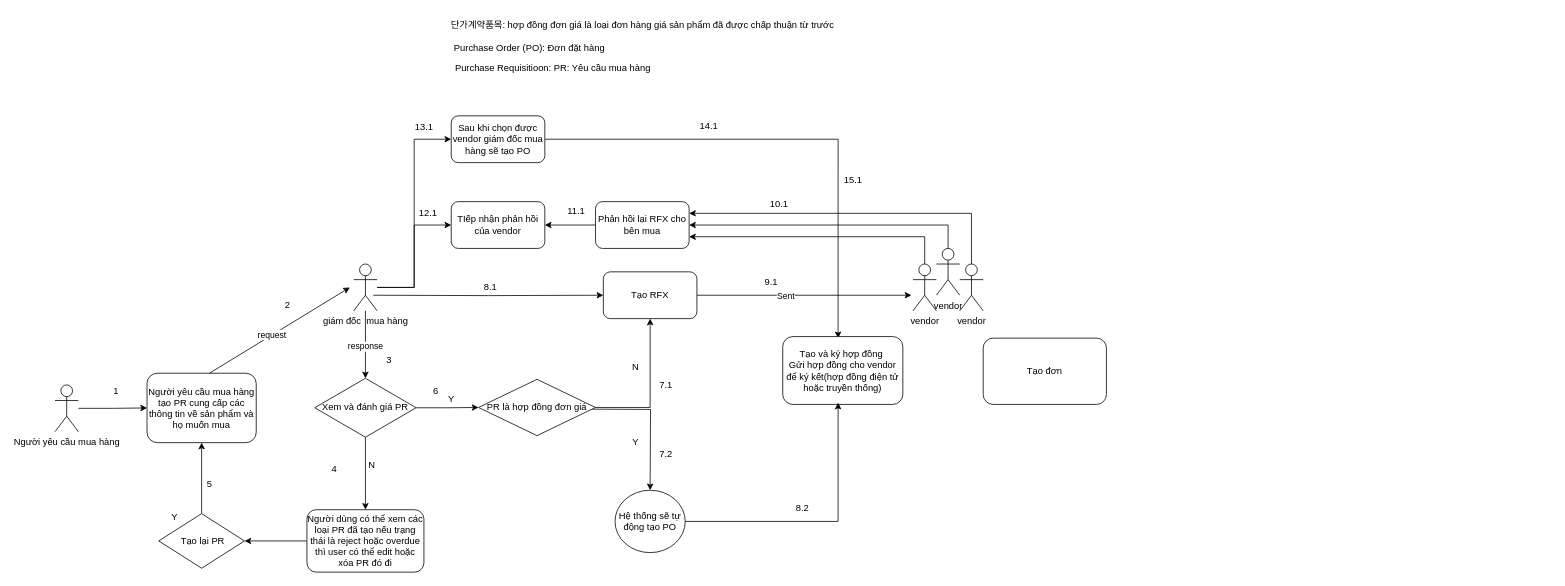
anhhe/hotel_manage keeps this draw.io diagram as Untitled Diagram.drawio. Above is the earlier version. Source tidied: cells renumbered, new cells numbered last; positions are measured from the earlier drawing's top-left corner, leaving out a move shared by most shapes. Both pictures are drawn from the tidied source at 78%, with x=0, y=0 at pixel (55, 13).
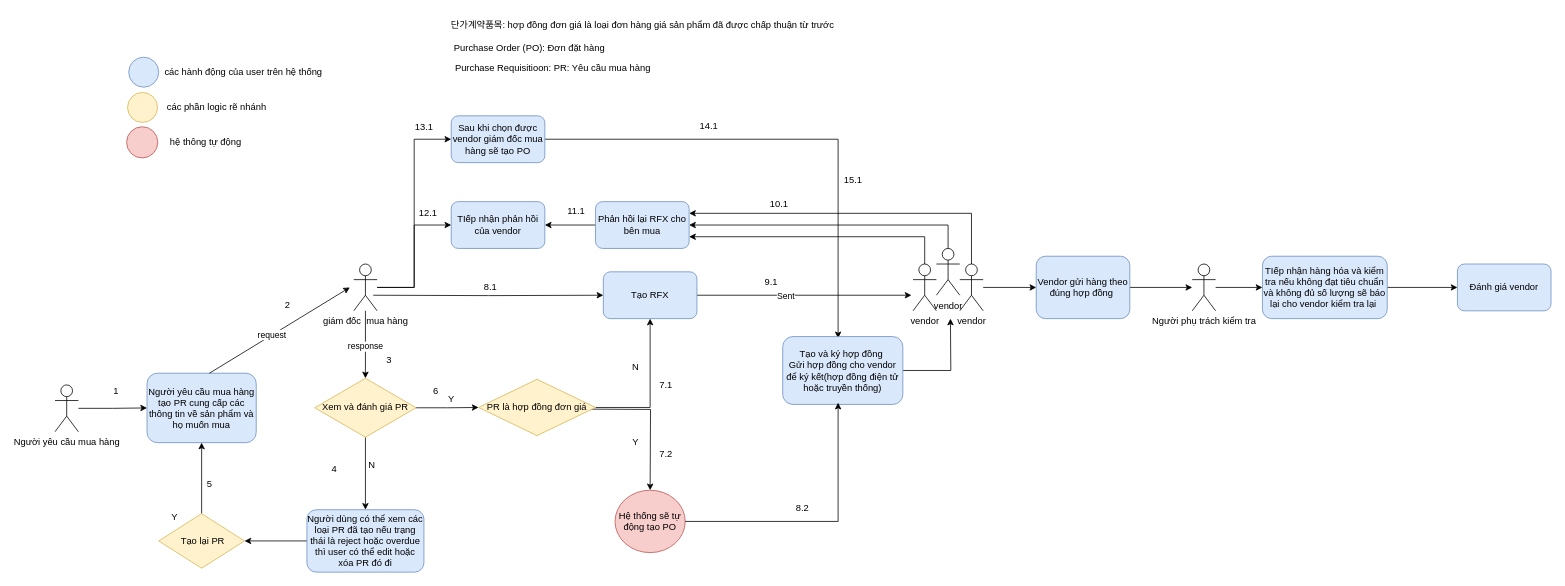
Above is the later version.

The change refers to these unchanged cells:
```xml
<mxCell id="38" value="vendor" style="shape=umlActor;verticalLabelPosition=bottom;verticalAlign=top;html=1;outlineConnect=0;" parent="1" vertex="1">
  <mxGeometry x="1160" y="321" width="30" height="60" as="geometry" />
</mxCell>
```

Change to the diagram source:
```diff
@@
-    <mxCell id="4" value="Người yêu cầu mua hàng tạo PR cung cấp các thông tin về sản phẩm và họ muốn mua" style="rounded=1;whiteSpace=wrap;html=1;" parent="1" vertex="1">
+    <mxCell id="4" value="Người yêu cầu mua hàng tạo PR cung cấp các thông tin về sản phẩm và họ muốn mua" style="rounded=1;whiteSpace=wrap;html=1;fillColor=#dae8fc;strokeColor=#6c8ebf;" parent="1" vertex="1">
       <mxGeometry x="118" y="461" width="140" height="89" as="geometry" />
     </mxCell>
@@
-    <mxCell id="15" value="Xem và đánh giá PR" style="rhombus;whiteSpace=wrap;html=1;" parent="1" vertex="1">
+    <mxCell id="15" value="Xem và đánh giá PR" style="rhombus;whiteSpace=wrap;html=1;fillColor=#fff2cc;strokeColor=#d6b656;" parent="1" vertex="1">
       <mxGeometry x="333" y="467.5" width="130" height="75.5" as="geometry" />
     </mxCell>
@@
-    <mxCell id="20" value="PR là hợp đồng đơn giá" style="rhombus;whiteSpace=wrap;html=1;" parent="1" vertex="1">
+    <mxCell id="20" value="PR là hợp đồng đơn giá" style="rhombus;whiteSpace=wrap;html=1;fillColor=#fff2cc;strokeColor=#d6b656;" parent="1" vertex="1">
       <mxGeometry x="543" y="468.8" width="150" height="72.2" as="geometry" />
     </mxCell>
@@
-    <mxCell id="24" value="Người dùng có thể xem các loại PR đã tạo nếu trạng thái là reject hoặc overdue thì user có thể edit hoặc xóa PR đó đi" style="rounded=1;whiteSpace=wrap;html=1;" parent="1" vertex="1">
+    <mxCell id="24" value="Người dùng có thể xem các loại PR đã tạo nếu trạng thái là reject hoặc overdue thì user có thể edit hoặc xóa PR đó đi" style="rounded=1;whiteSpace=wrap;html=1;fillColor=#dae8fc;strokeColor=#6c8ebf;" parent="1" vertex="1">
       <mxGeometry x="323" y="636" width="150" height="80" as="geometry" />
     </mxCell>
@@
-    <mxCell id="26" value="&amp;nbsp;Tạo lại PR" style="rhombus;whiteSpace=wrap;html=1;" parent="1" vertex="1">
+    <mxCell id="26" value="&amp;nbsp;Tạo lại PR" style="rhombus;whiteSpace=wrap;html=1;fillColor=#fff2cc;strokeColor=#d6b656;" parent="1" vertex="1">
       <mxGeometry x="133" y="641" width="110" height="70" as="geometry" />
     </mxCell>
@@
-    <mxCell id="29" value="Hệ thống sẽ tự động tạo PO" style="ellipse;whiteSpace=wrap;html=1;" parent="1" vertex="1">
+    <mxCell id="29" value="Hệ thống sẽ tự động tạo PO" style="ellipse;whiteSpace=wrap;html=1;fillColor=#f8cecc;strokeColor=#b85450;" parent="1" vertex="1">
       <mxGeometry x="718" y="611" width="90" height="80" as="geometry" />
     </mxCell>
@@
-    <mxCell id="34" value="Tạo RFX" style="rounded=1;whiteSpace=wrap;html=1;" parent="1" vertex="1">
+    <mxCell id="34" value="Tạo RFX" style="rounded=1;whiteSpace=wrap;html=1;fillColor=#dae8fc;strokeColor=#6c8ebf;" parent="1" vertex="1">
       <mxGeometry x="703" y="331" width="120" height="60" as="geometry" />
     </mxCell>
@@
+    <mxCell id="66" style="edgeStyle=orthogonalEdgeStyle;rounded=0;jettySize=auto;html=1;" parent="1" edge="1" source="38" target="69">
+      <mxGeometry relative="1" as="geometry" />
+    </mxCell>
@@
-    <mxCell id="40" value="Phản hồi lại RFX cho bên mua" style="rounded=1;whiteSpace=wrap;html=1;" parent="1" vertex="1">
+    <mxCell id="40" value="Phản hồi lại RFX cho bên mua" style="rounded=1;whiteSpace=wrap;html=1;fillColor=#dae8fc;strokeColor=#6c8ebf;" parent="1" vertex="1">
       <mxGeometry x="693" y="241" width="120" height="60" as="geometry" />
     </mxCell>
-    <mxCell id="41" value="TIếp nhận phản hồi của vendor" style="rounded=1;whiteSpace=wrap;html=1;" parent="1" vertex="1">
+    <mxCell id="41" value="TIếp nhận phản hồi của vendor" style="rounded=1;whiteSpace=wrap;html=1;fillColor=#dae8fc;strokeColor=#6c8ebf;" parent="1" vertex="1">
       <mxGeometry x="508" y="241" width="120" height="60" as="geometry" />
     </mxCell>
@@
-    <mxCell id="43" value="Sau khi chọn được vendor giám đốc mua hàng sẽ tạo PO" style="rounded=1;whiteSpace=wrap;html=1;" parent="1" vertex="1">
+    <mxCell id="43" value="Sau khi chọn được vendor giám đốc mua hàng sẽ tạo PO" style="rounded=1;whiteSpace=wrap;html=1;fillColor=#dae8fc;strokeColor=#6c8ebf;" parent="1" vertex="1">
       <mxGeometry x="508" y="131" width="120" height="60" as="geometry" />
     </mxCell>
@@
+    <mxCell id="67" style="edgeStyle=orthogonalEdgeStyle;rounded=0;jettySize=auto;html=1;" parent="1" edge="1" source="59">
+      <mxGeometry relative="1" as="geometry">
+        <mxPoint x="1148" y="391" as="targetPoint" />
+      </mxGeometry>
+    </mxCell>
-    <mxCell id="59" value="Tạo và ký hợp đồng&amp;nbsp;&lt;div&gt;Gửi hợp đồng cho vendor để ký kết(hợp đồng điện tử hoặc truyền thống)&lt;/div&gt;" style="rounded=1;whiteSpace=wrap;html=1;" parent="1" vertex="1">
+    <mxCell id="59" value="Tạo và ký hợp đồng&amp;nbsp;&lt;div&gt;Gửi hợp đồng cho vendor để ký kết(hợp đồng điện tử hoặc truyền thống)&lt;/div&gt;" style="rounded=1;whiteSpace=wrap;html=1;fillColor=#dae8fc;strokeColor=#6c8ebf;" parent="1" vertex="1">
       <mxGeometry x="933" y="414" width="154" height="87" as="geometry" />
     </mxCell>
@@
-    <mxCell id="65" value="Tạo đơn" style="rounded=1;whiteSpace=wrap;html=1;" parent="1" vertex="1">
-      <mxGeometry x="1190" y="416" width="158" height="85" as="geometry" />
-    </mxCell>
+    <mxCell id="68" style="edgeStyle=orthogonalEdgeStyle;rounded=0;jettySize=auto;html=1;" parent="1" edge="1" source="69">
+      <mxGeometry relative="1" as="geometry">
+        <mxPoint x="1458" y="351" as="targetPoint" />
+      </mxGeometry>
+    </mxCell>
+    <mxCell id="69" value="Vendor gửi hàng theo đúng hợp đồng&amp;nbsp;" style="rounded=1;whiteSpace=wrap;html=1;fillColor=#dae8fc;strokeColor=#6c8ebf;" parent="1" vertex="1">
+      <mxGeometry x="1258" y="311" width="120" height="80" as="geometry" />
+    </mxCell>
+    <mxCell id="70" style="edgeStyle=orthogonalEdgeStyle;rounded=0;jettySize=auto;html=1;" parent="1" edge="1" source="71" target="73">
+      <mxGeometry relative="1" as="geometry" />
+    </mxCell>
+    <mxCell id="71" value="Người phụ trách kiểm tra" style="shape=umlActor;verticalLabelPosition=bottom;verticalAlign=top;html=1;outlineConnect=0;" parent="1" vertex="1">
+      <mxGeometry x="1458" y="321" width="30" height="60" as="geometry" />
+    </mxCell>
+    <mxCell id="72" style="edgeStyle=orthogonalEdgeStyle;rounded=0;jettySize=auto;html=1;" parent="1" edge="1" source="73" target="74">
+      <mxGeometry relative="1" as="geometry" />
+    </mxCell>
+    <mxCell id="73" value="TIếp nhận hàng hóa và kiểm tra nếu không đạt tiêu chuẩn và không đủ số lượng sẽ báo lại cho vendor kiểm tra lại&amp;nbsp;" style="rounded=1;whiteSpace=wrap;html=1;fillColor=#dae8fc;strokeColor=#6c8ebf;" parent="1" vertex="1">
+      <mxGeometry x="1548" y="311" width="160" height="80" as="geometry" />
+    </mxCell>
+    <mxCell id="74" value="Đánh giá vendor" style="whiteSpace=wrap;html=1;rounded=1;fillColor=#dae8fc;strokeColor=#6c8ebf;" parent="1" vertex="1">
+      <mxGeometry x="1798" y="321" width="120" height="60" as="geometry" />
+    </mxCell>
+    <mxCell id="75" value="các hành động của user trên hệ thống&amp;nbsp;" style="text;html=1;align=center;verticalAlign=middle;strokeColor=none;fillColor=none;" parent="1" vertex="1">
+      <mxGeometry x="128" y="60" width="230" height="30" as="geometry" />
+    </mxCell>
+    <mxCell id="76" style="ellipse;whiteSpace=wrap;html=1;fillColor=#dae8fc;strokeColor=#6c8ebf;" parent="1" vertex="1">
+      <mxGeometry x="94.5" y="55.8" width="38.5" height="38.5" as="geometry" />
+    </mxCell>
+    <mxCell id="77" style="ellipse;whiteSpace=wrap;html=1;fillColor=#fff2cc;strokeColor=#d6b656;" parent="1" vertex="1">
+      <mxGeometry x="93" y="101" width="38.5" height="38.5" as="geometry" />
+    </mxCell>
+    <mxCell id="78" value="các phần logic rẽ nhánh" style="text;html=1;align=center;verticalAlign=middle;strokeColor=none;fillColor=none;" parent="1" vertex="1">
+      <mxGeometry x="131.5" y="105.2" width="150" height="30" as="geometry" />
+    </mxCell>
+    <mxCell id="79" style="ellipse;whiteSpace=wrap;html=1;fillColor=#f8cecc;strokeColor=#b85450;" parent="1" vertex="1">
+      <mxGeometry x="91.8" y="145" width="40" height="40" as="geometry" />
+    </mxCell>
+    <mxCell id="80" value="hệ thông tự động" style="text;html=1;align=center;verticalAlign=middle;strokeColor=none;fillColor=none;" parent="1" vertex="1">
+      <mxGeometry x="138" y="150" width="110" height="30" as="geometry" />
+    </mxCell>
```
